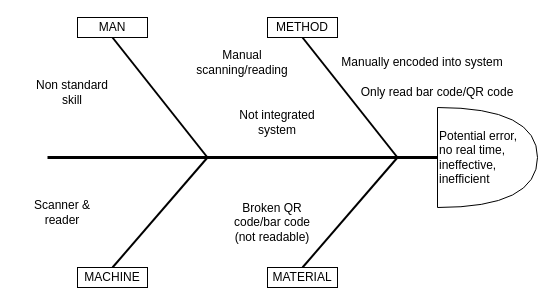
This is Fishbone IoT.drawio from ariesharry/Diagrams, a draw.io file, before an edit. Source tidied: cells renumbered, new cells numbered last; positions are measured from the earlier drawing's top-left corner, leaving out a move shared by most shapes. Both pictures are drawn from the tidied source at 100%, with x=0, y=0 at pixel (17, 17).
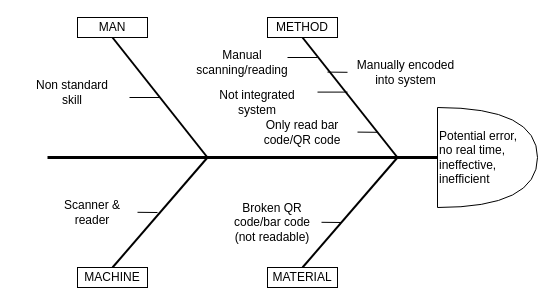
The same diagram, later.

The edit, as a diff of the source:
```diff
@@
     <mxCell id="14" value="Not integrated system" style="text;html=1;strokeColor=none;fillColor=none;align=center;verticalAlign=middle;whiteSpace=wrap;rounded=0;" parent="1" vertex="1">
-      <mxGeometry x="210" y="90" width="100" height="30" as="geometry" />
+      <mxGeometry x="190" y="70" width="100" height="30" as="geometry" />
     </mxCell>
     <mxCell id="15" value="Manually encoded into system" style="text;html=1;strokeColor=none;fillColor=none;align=center;verticalAlign=middle;whiteSpace=wrap;rounded=0;" parent="1" vertex="1">
-      <mxGeometry x="310" y="30" width="190" height="30" as="geometry" />
+      <mxGeometry x="330" y="40" width="117" height="30" as="geometry" />
     </mxCell>
     <mxCell id="16" value="Scanner &amp;amp; reader" style="text;html=1;strokeColor=none;fillColor=none;align=center;verticalAlign=middle;whiteSpace=wrap;rounded=0;" parent="1" vertex="1">
-      <mxGeometry y="180" width="90" height="30" as="geometry" />
+      <mxGeometry x="30" y="180" width="90" height="30" as="geometry" />
     </mxCell>
@@
     <mxCell id="19" value="Only read bar code/QR code" style="text;html=1;strokeColor=none;fillColor=none;align=center;verticalAlign=middle;whiteSpace=wrap;rounded=0;" parent="1" vertex="1">
-      <mxGeometry x="330" y="60" width="180" height="30" as="geometry" />
+      <mxGeometry x="230" y="100" width="110" height="30" as="geometry" />
     </mxCell>
+    <mxCell id="20" style="endArrow=none;html=1;rounded=0;" parent="1" edge="1">
+      <mxGeometry relative="1" as="geometry">
+        <mxPoint x="112" y="80" as="sourcePoint" />
+        <mxPoint x="142" y="80" as="targetPoint" />
+      </mxGeometry>
+    </mxCell>
+    <mxCell id="21" style="endArrow=none;html=1;rounded=0;" parent="1" edge="1">
+      <mxGeometry relative="1" as="geometry">
+        <mxPoint x="270" y="40" as="sourcePoint" />
+        <mxPoint x="300" y="40" as="targetPoint" />
+      </mxGeometry>
+    </mxCell>
+    <mxCell id="22" style="endArrow=none;html=1;rounded=0;" parent="1" edge="1">
+      <mxGeometry relative="1" as="geometry">
+        <mxPoint x="300" y="74.6" as="sourcePoint" />
+        <mxPoint x="330" y="74.6" as="targetPoint" />
+      </mxGeometry>
+    </mxCell>
+    <mxCell id="23" style="endArrow=none;html=1;rounded=0;" parent="1" edge="1">
+      <mxGeometry relative="1" as="geometry">
+        <mxPoint x="310" y="54.6" as="sourcePoint" />
+        <mxPoint x="330" y="54.8" as="targetPoint" />
+      </mxGeometry>
+    </mxCell>
+    <mxCell id="24" style="endArrow=none;html=1;rounded=0;" parent="1" edge="1">
+      <mxGeometry relative="1" as="geometry">
+        <mxPoint x="340" y="114.6" as="sourcePoint" />
+        <mxPoint x="360" y="114.8" as="targetPoint" />
+      </mxGeometry>
+    </mxCell>
+    <mxCell id="25" style="endArrow=none;html=1;rounded=0;" parent="1" edge="1">
+      <mxGeometry relative="1" as="geometry">
+        <mxPoint x="304" y="204.8" as="sourcePoint" />
+        <mxPoint x="324" y="205" as="targetPoint" />
+      </mxGeometry>
+    </mxCell>
+    <mxCell id="26" style="endArrow=none;html=1;rounded=0;" parent="1" edge="1">
+      <mxGeometry relative="1" as="geometry">
+        <mxPoint x="120" y="194.8" as="sourcePoint" />
+        <mxPoint x="140" y="195" as="targetPoint" />
+      </mxGeometry>
+    </mxCell>
```
